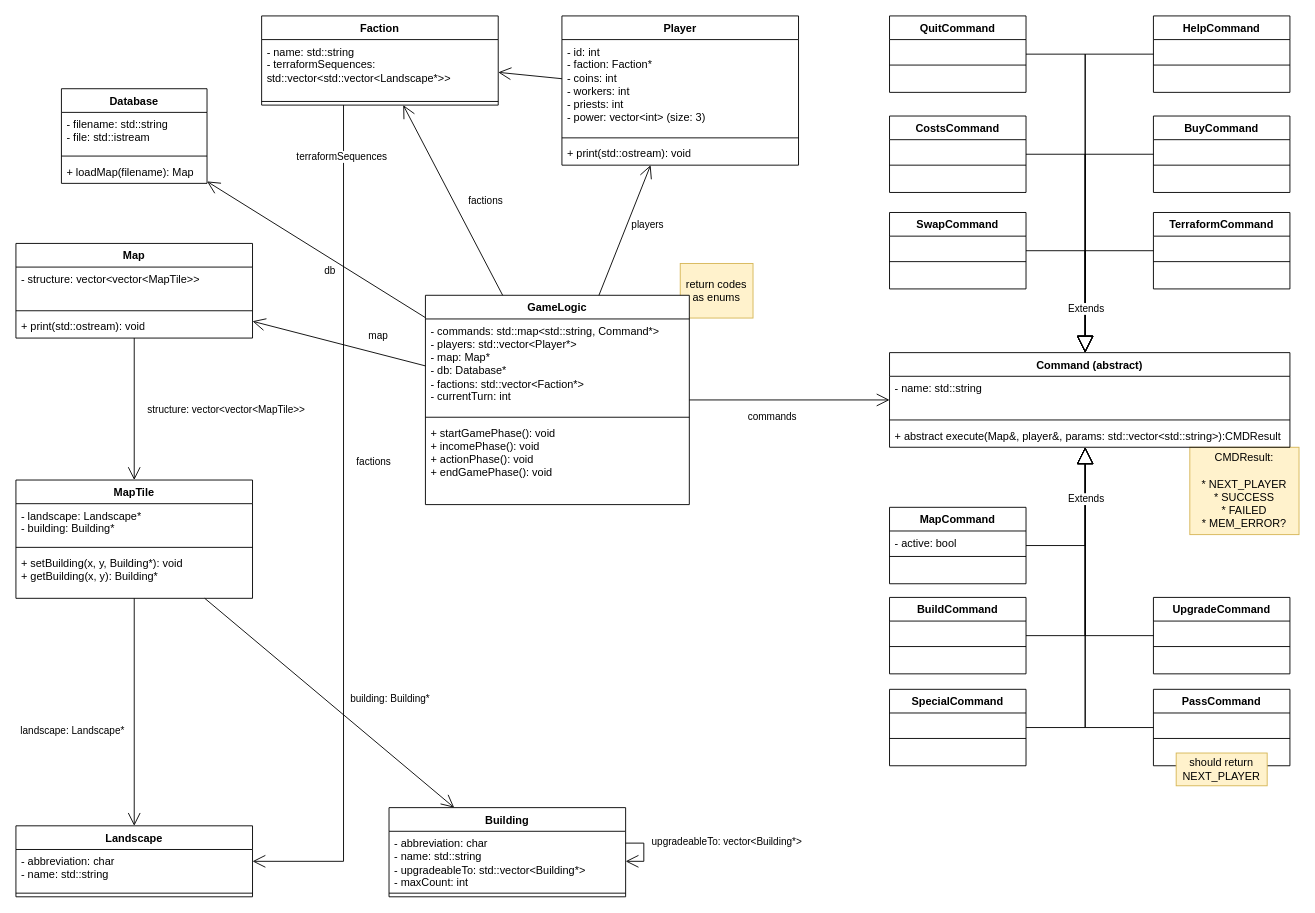
Earlier version of the draw.io diagram oop_draft.drawio (samuelfahrngruber/drawio-diagrams). Source tidied: cells renumbered, new cells numbered last; positions are measured from the earlier drawing's top-left corner, leaving out a move shared by most shapes. Both pictures are drawn from the tidied source at 91%, with x=0, y=0 at pixel (15, 15).
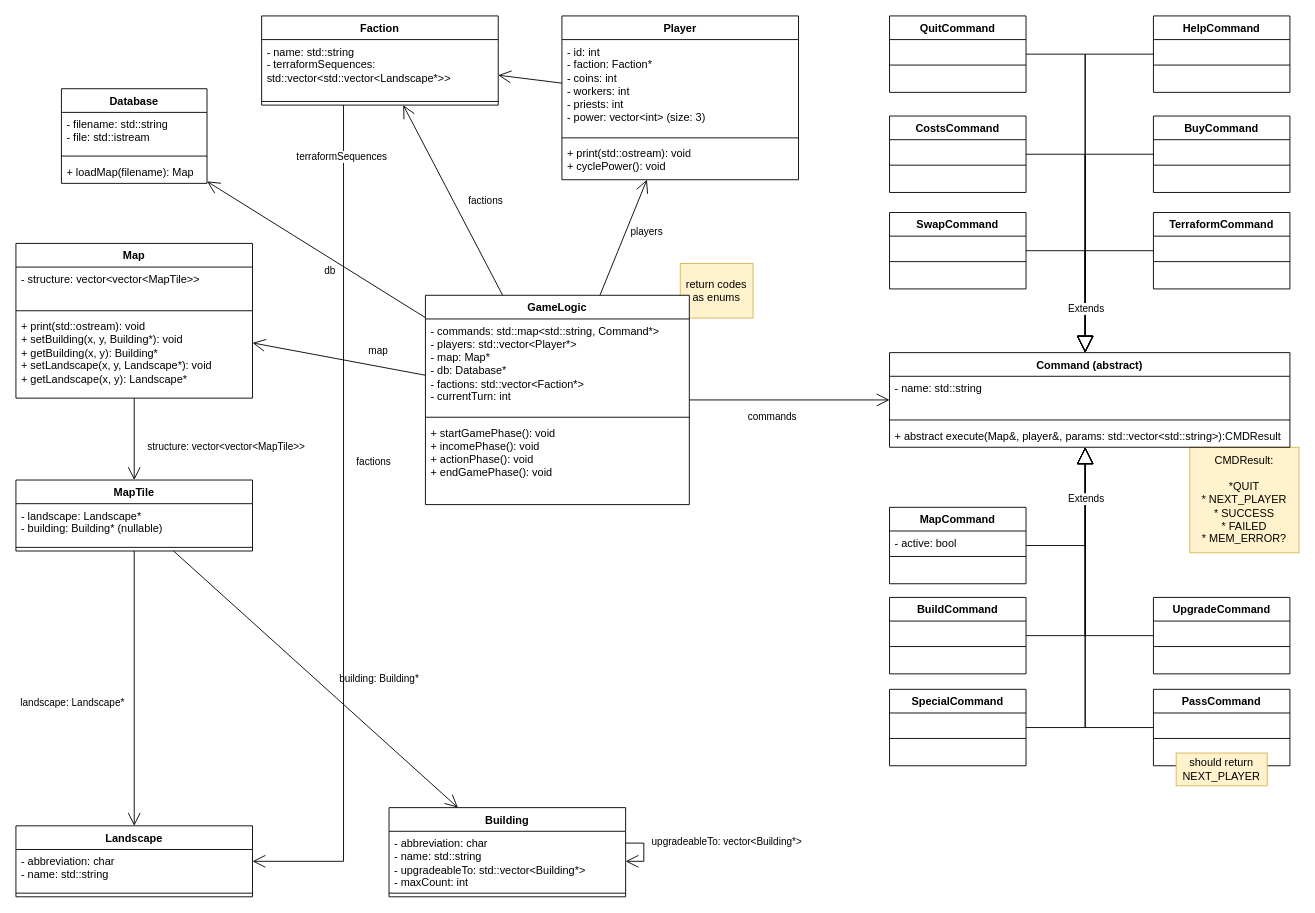
Above is the later version.

The edit, as a diff of the source:
```diff
@@
-    <mxCell id="2" value="&lt;div&gt;CMDResult:&lt;/div&gt;&lt;div&gt;&lt;br&gt;&lt;/div&gt;&lt;div&gt;* NEXT_PLAYER&lt;/div&gt;&lt;div&gt;* SUCCESS&lt;/div&gt;&lt;div&gt;* FAILED&lt;/div&gt;&lt;div&gt;* MEM_ERROR?&lt;br&gt;&lt;/div&gt;" style="rounded=0;whiteSpace=wrap;html=1;fillColor=#fff2cc;strokeColor=#d6b656;" parent="1" vertex="1">
-      <mxGeometry x="1290" y="474" width="120" height="96" as="geometry" />
+    <mxCell id="2" value="&lt;div&gt;CMDResult:&lt;/div&gt;&lt;div&gt;&lt;br&gt;&lt;/div&gt;&lt;div&gt;*QUIT&lt;br&gt;&lt;/div&gt;&lt;div&gt;* NEXT_PLAYER&lt;/div&gt;&lt;div&gt;* SUCCESS&lt;/div&gt;&lt;div&gt;* FAILED&lt;/div&gt;&lt;div&gt;* MEM_ERROR?&lt;br&gt;&lt;/div&gt;" style="rounded=0;whiteSpace=wrap;html=1;fillColor=#fff2cc;strokeColor=#d6b656;" parent="1" vertex="1">
+      <mxGeometry x="1290" y="474" width="120" height="116" as="geometry" />
     </mxCell>
@@
     <mxCell id="7" value="Map" style="swimlane;fontStyle=1;align=center;verticalAlign=top;horizontal=1;startSize=26;whiteSpace=wrap;html=1;" parent="1" vertex="1">
-      <mxGeometry y="250" width="260" height="104" as="geometry" />
+      <mxGeometry y="250" width="260" height="170" as="geometry" />
     </mxCell>
@@
-    <mxCell id="10" value="+ print(std::ostream): void" style="text;strokeColor=none;fillColor=none;align=left;verticalAlign=top;spacingLeft=4;spacingRight=4;overflow=hidden;whiteSpace=wrap;html=1;" parent="7" vertex="1">
-      <mxGeometry y="78" width="260" height="26" as="geometry" />
+    <mxCell id="10" value="&lt;div&gt;+ print(std::ostream): void&lt;/div&gt;&lt;div&gt;&lt;div&gt;+ setBuilding(x, y, Building*): void&lt;/div&gt;+ getBuilding(x, y): Building*&lt;/div&gt;&lt;div&gt;&lt;div&gt;+ setLandscape(x, y, Landscape*): void&lt;/div&gt;+ getLandscape(x, y): Landscape*&lt;/div&gt;" style="text;strokeColor=none;fillColor=none;align=left;verticalAlign=top;spacingLeft=4;spacingRight=4;overflow=hidden;whiteSpace=wrap;html=1;" parent="7" vertex="1">
+      <mxGeometry y="78" width="260" height="92" as="geometry" />
     </mxCell>
     <mxCell id="11" value="MapTile" style="swimlane;fontStyle=1;align=center;verticalAlign=top;horizontal=1;startSize=26;whiteSpace=wrap;html=1;" parent="1" vertex="1">
-      <mxGeometry y="510" width="260" height="130" as="geometry" />
+      <mxGeometry y="510" width="260" height="78" as="geometry" />
     </mxCell>
-    <mxCell id="12" value="&lt;div&gt;- landscape: Landscape*&lt;/div&gt;&lt;div&gt;- building: Building*&lt;br&gt;&lt;/div&gt;" style="text;strokeColor=none;fillColor=none;align=left;verticalAlign=top;spacingLeft=4;spacingRight=4;overflow=hidden;whiteSpace=wrap;html=1;" parent="11" vertex="1">
+    <mxCell id="12" value="&lt;div&gt;- landscape: Landscape*&lt;/div&gt;&lt;div&gt;- building: Building* (nullable)&lt;br&gt;&lt;/div&gt;" style="text;strokeColor=none;fillColor=none;align=left;verticalAlign=top;spacingLeft=4;spacingRight=4;overflow=hidden;whiteSpace=wrap;html=1;" parent="11" vertex="1">
       <mxGeometry y="26" width="260" height="44" as="geometry" />
     </mxCell>
@@
-    <mxCell id="14" value="&lt;div&gt;+ setBuilding(x, y, Building*): void&lt;/div&gt;&lt;div&gt;+ getBuilding(x, y): Building*&lt;br&gt;&lt;/div&gt;" style="text;strokeColor=none;fillColor=none;align=left;verticalAlign=top;spacingLeft=4;spacingRight=4;overflow=hidden;whiteSpace=wrap;html=1;" parent="11" vertex="1">
-      <mxGeometry y="78" width="260" height="52" as="geometry" />
-    </mxCell>
@@
     <mxCell id="27" value="Player" style="swimlane;fontStyle=1;align=center;verticalAlign=top;horizontal=1;startSize=26;whiteSpace=wrap;html=1;" parent="1" vertex="1">
-      <mxGeometry x="600" width="260" height="164" as="geometry" />
+      <mxGeometry x="600" width="260" height="180" as="geometry" />
     </mxCell>
@@
-    <mxCell id="30" value="+ print(std::ostream): void" style="text;strokeColor=none;fillColor=none;align=left;verticalAlign=top;spacingLeft=4;spacingRight=4;overflow=hidden;whiteSpace=wrap;html=1;" parent="27" vertex="1">
-      <mxGeometry y="138" width="260" height="26" as="geometry" />
+    <mxCell id="30" value="&lt;div&gt;+ print(std::ostream): void&lt;/div&gt;&lt;div&gt;+ cyclePower(): void&lt;br&gt;&lt;/div&gt;" style="text;strokeColor=none;fillColor=none;align=left;verticalAlign=top;spacingLeft=4;spacingRight=4;overflow=hidden;whiteSpace=wrap;html=1;" parent="27" vertex="1">
+      <mxGeometry y="138" width="260" height="42" as="geometry" />
     </mxCell>
```
